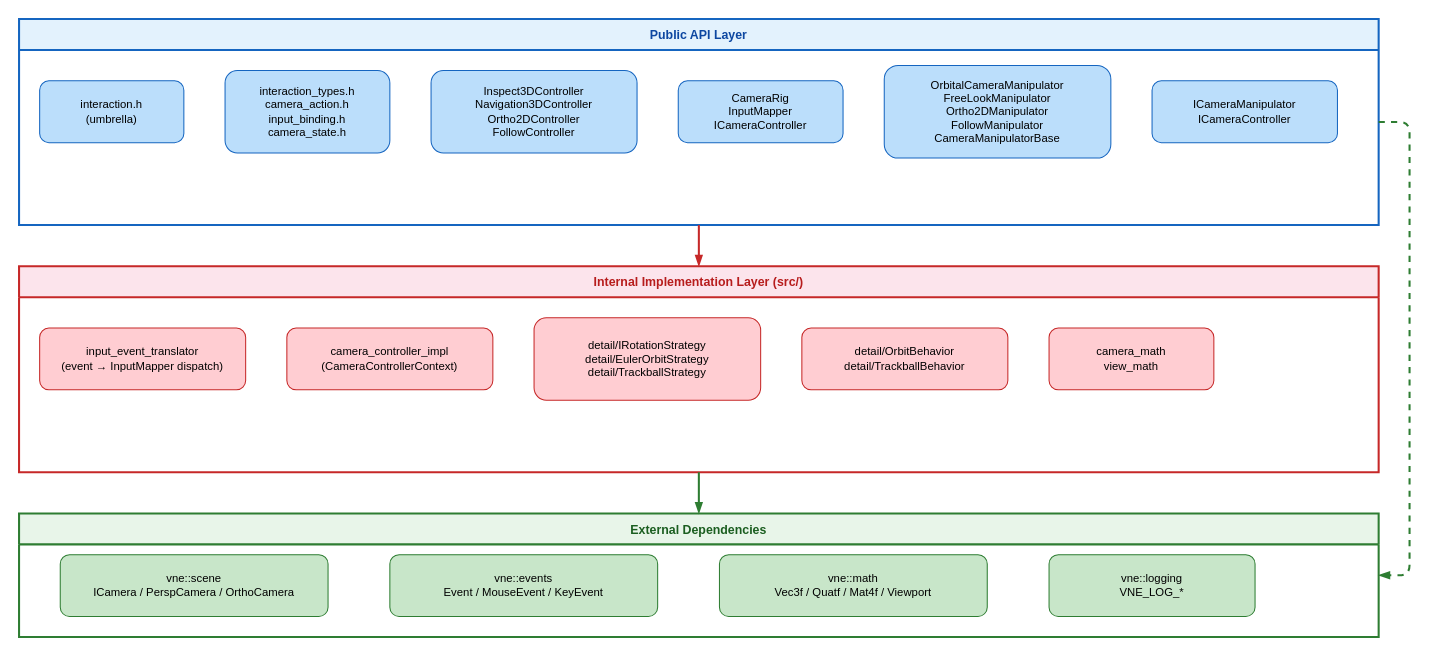
Above: docs/vertexnova/interaction/diagrams/component.drawio in vertexnova/vneinteraction (draw.io), before the change. Source tidied: cells renumbered, new cells numbered last; positions are measured from the earlier drawing's top-left corner, leaving out a move shared by most shapes. Both pictures are drawn from the tidied source at 103%, with x=0, y=0 at pixel (19, 19).
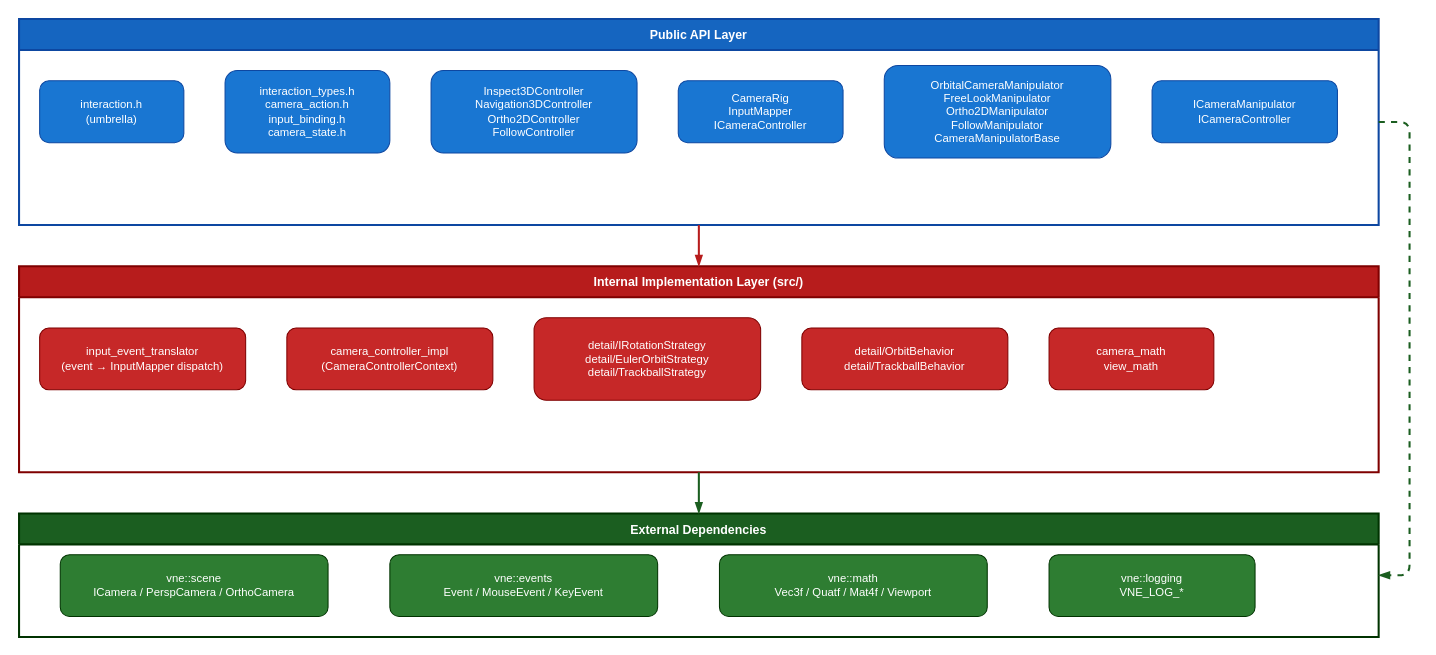
After the change.

Commit message (it also covers changes not shown here):
feat: Update interaction diagrams and enhance visual clarity

The edit, as a diff of the source:
```diff
@@
-    <mxCell id="2" value="Public API Layer" style="swimlane;startSize=30;fillColor=#e3f2fd;strokeColor=#1565c0;strokeWidth=2;fontStyle=1;fontSize=12;fontColor=#0d47a1;" parent="1" vertex="1">
+    <mxCell id="2" value="Public API Layer" style="swimlane;startSize=30;fillColor=#1565c0;strokeColor=#0d47a1;strokeWidth=2;fontStyle=1;fontSize=12;fontColor=#ffffff;" parent="1" vertex="1">
       <mxGeometry width="1320" height="200" as="geometry" />
     </mxCell>
-    <mxCell id="3" value="interaction.h&#10;(umbrella)" style="rounded=1;whiteSpace=wrap;html=1;fillColor=#bbdefb;strokeColor=#1565c0;fontSize=11;" parent="2" vertex="1">
+    <mxCell id="3" value="interaction.h&#10;(umbrella)" style="rounded=1;whiteSpace=wrap;html=1;fillColor=#1976d2;strokeColor=#0d47a1;fontSize=11;fontColor=#ffffff;" parent="2" vertex="1">
       <mxGeometry x="20" y="60" width="140" height="60" as="geometry" />
     </mxCell>
-    <mxCell id="4" value="interaction_types.h&#10;camera_action.h&#10;input_binding.h&#10;camera_state.h" style="rounded=1;whiteSpace=wrap;html=1;fillColor=#bbdefb;strokeColor=#1565c0;fontSize=11;" parent="2" vertex="1">
+    <mxCell id="4" value="interaction_types.h&#10;camera_action.h&#10;input_binding.h&#10;camera_state.h" style="rounded=1;whiteSpace=wrap;html=1;fillColor=#1976d2;strokeColor=#0d47a1;fontSize=11;fontColor=#ffffff;" parent="2" vertex="1">
       <mxGeometry x="200" y="50" width="160" height="80" as="geometry" />
     </mxCell>
-    <mxCell id="5" value="Inspect3DController&#10;Navigation3DController&#10;Ortho2DController&#10;FollowController" style="rounded=1;whiteSpace=wrap;html=1;fillColor=#bbdefb;strokeColor=#1565c0;fontSize=11;" parent="2" vertex="1">
+    <mxCell id="5" value="Inspect3DController&#10;Navigation3DController&#10;Ortho2DController&#10;FollowController" style="rounded=1;whiteSpace=wrap;html=1;fillColor=#1976d2;strokeColor=#0d47a1;fontSize=11;fontColor=#ffffff;" parent="2" vertex="1">
       <mxGeometry x="400" y="50" width="200" height="80" as="geometry" />
     </mxCell>
-    <mxCell id="6" value="CameraRig&#10;InputMapper&#10;ICameraController" style="rounded=1;whiteSpace=wrap;html=1;fillColor=#bbdefb;strokeColor=#1565c0;fontSize=11;" parent="2" vertex="1">
+    <mxCell id="6" value="CameraRig&#10;InputMapper&#10;ICameraController" style="rounded=1;whiteSpace=wrap;html=1;fillColor=#1976d2;strokeColor=#0d47a1;fontSize=11;fontColor=#ffffff;" parent="2" vertex="1">
       <mxGeometry x="640" y="60" width="160" height="60" as="geometry" />
     </mxCell>
-    <mxCell id="7" value="OrbitalCameraManipulator&#10;FreeLookManipulator&#10;Ortho2DManipulator&#10;FollowManipulator&#10;CameraManipulatorBase" style="rounded=1;whiteSpace=wrap;html=1;fillColor=#bbdefb;strokeColor=#1565c0;fontSize=11;" parent="2" vertex="1">
+    <mxCell id="7" value="OrbitalCameraManipulator&#10;FreeLookManipulator&#10;Ortho2DManipulator&#10;FollowManipulator&#10;CameraManipulatorBase" style="rounded=1;whiteSpace=wrap;html=1;fillColor=#1976d2;strokeColor=#0d47a1;fontSize=11;fontColor=#ffffff;" parent="2" vertex="1">
       <mxGeometry x="840" y="45" width="220" height="90" as="geometry" />
     </mxCell>
-    <mxCell id="8" value="ICameraManipulator&#10;ICameraController" style="rounded=1;whiteSpace=wrap;html=1;fillColor=#bbdefb;strokeColor=#1565c0;fontSize=11;" parent="2" vertex="1">
+    <mxCell id="8" value="ICameraManipulator&#10;ICameraController" style="rounded=1;whiteSpace=wrap;html=1;fillColor=#1976d2;strokeColor=#0d47a1;fontSize=11;fontColor=#ffffff;" parent="2" vertex="1">
       <mxGeometry x="1100" y="60" width="180" height="60" as="geometry" />
     </mxCell>
-    <mxCell id="9" value="Internal Implementation Layer (src/)" style="swimlane;startSize=30;fillColor=#fce4ec;strokeColor=#c62828;strokeWidth=2;fontStyle=1;fontSize=12;fontColor=#b71c1c;" parent="1" vertex="1">
+    <mxCell id="9" value="Internal Implementation Layer (src/)" style="swimlane;startSize=30;fillColor=#b71c1c;strokeColor=#7f0000;strokeWidth=2;fontStyle=1;fontSize=12;fontColor=#ffffff;" parent="1" vertex="1">
       <mxGeometry y="240" width="1320" height="200" as="geometry" />
     </mxCell>
-    <mxCell id="10" value="input_event_translator&#10;(event → InputMapper dispatch)" style="rounded=1;whiteSpace=wrap;html=1;fillColor=#ffcdd2;strokeColor=#c62828;fontSize=11;" parent="9" vertex="1">
+    <mxCell id="10" value="input_event_translator&#10;(event → InputMapper dispatch)" style="rounded=1;whiteSpace=wrap;html=1;fillColor=#c62828;strokeColor=#7f0000;fontSize=11;fontColor=#ffffff;" parent="9" vertex="1">
       <mxGeometry x="20" y="60" width="200" height="60" as="geometry" />
     </mxCell>
-    <mxCell id="11" value="camera_controller_impl&#10;(CameraControllerContext)" style="rounded=1;whiteSpace=wrap;html=1;fillColor=#ffcdd2;strokeColor=#c62828;fontSize=11;" parent="9" vertex="1">
+    <mxCell id="11" value="camera_controller_impl&#10;(CameraControllerContext)" style="rounded=1;whiteSpace=wrap;html=1;fillColor=#c62828;strokeColor=#7f0000;fontSize=11;fontColor=#ffffff;" parent="9" vertex="1">
       <mxGeometry x="260" y="60" width="200" height="60" as="geometry" />
     </mxCell>
-    <mxCell id="12" value="detail/IRotationStrategy&#10;detail/EulerOrbitStrategy&#10;detail/TrackballStrategy" style="rounded=1;whiteSpace=wrap;html=1;fillColor=#ffcdd2;strokeColor=#c62828;fontSize=11;" parent="9" vertex="1">
+    <mxCell id="12" value="detail/IRotationStrategy&#10;detail/EulerOrbitStrategy&#10;detail/TrackballStrategy" style="rounded=1;whiteSpace=wrap;html=1;fillColor=#c62828;strokeColor=#7f0000;fontSize=11;fontColor=#ffffff;" parent="9" vertex="1">
       <mxGeometry x="500" y="50" width="220" height="80" as="geometry" />
     </mxCell>
-    <mxCell id="13" value="detail/OrbitBehavior&#10;detail/TrackballBehavior" style="rounded=1;whiteSpace=wrap;html=1;fillColor=#ffcdd2;strokeColor=#c62828;fontSize=11;" parent="9" vertex="1">
+    <mxCell id="13" value="detail/OrbitBehavior&#10;detail/TrackballBehavior" style="rounded=1;whiteSpace=wrap;html=1;fillColor=#c62828;strokeColor=#7f0000;fontSize=11;fontColor=#ffffff;" parent="9" vertex="1">
       <mxGeometry x="760" y="60" width="200" height="60" as="geometry" />
     </mxCell>
-    <mxCell id="14" value="camera_math&#10;view_math" style="rounded=1;whiteSpace=wrap;html=1;fillColor=#ffcdd2;strokeColor=#c62828;fontSize=11;" parent="9" vertex="1">
+    <mxCell id="14" value="camera_math&#10;view_math" style="rounded=1;whiteSpace=wrap;html=1;fillColor=#c62828;strokeColor=#7f0000;fontSize=11;fontColor=#ffffff;" parent="9" vertex="1">
       <mxGeometry x="1000" y="60" width="160" height="60" as="geometry" />
     </mxCell>
-    <mxCell id="15" value="External Dependencies" style="swimlane;startSize=30;fillColor=#e8f5e9;strokeColor=#2e7d32;strokeWidth=2;fontStyle=1;fontSize=12;fontColor=#1b5e20;" parent="1" vertex="1">
+    <mxCell id="15" value="External Dependencies" style="swimlane;startSize=30;fillColor=#1b5e20;strokeColor=#003300;strokeWidth=2;fontStyle=1;fontSize=12;fontColor=#ffffff;" parent="1" vertex="1">
       <mxGeometry y="480" width="1320" height="120" as="geometry" />
     </mxCell>
-    <mxCell id="16" value="vne::scene&#10;ICamera / PerspCamera / OrthoCamera" style="rounded=1;whiteSpace=wrap;html=1;fillColor=#c8e6c9;strokeColor=#2e7d32;fontSize=11;" parent="15" vertex="1">
+    <mxCell id="16" value="vne::scene&#10;ICamera / PerspCamera / OrthoCamera" style="rounded=1;whiteSpace=wrap;html=1;fillColor=#2e7d32;strokeColor=#003300;fontSize=11;fontColor=#ffffff;" parent="15" vertex="1">
       <mxGeometry x="40" y="40" width="260" height="60" as="geometry" />
     </mxCell>
-    <mxCell id="17" value="vne::events&#10;Event / MouseEvent / KeyEvent" style="rounded=1;whiteSpace=wrap;html=1;fillColor=#c8e6c9;strokeColor=#2e7d32;fontSize=11;" parent="15" vertex="1">
+    <mxCell id="17" value="vne::events&#10;Event / MouseEvent / KeyEvent" style="rounded=1;whiteSpace=wrap;html=1;fillColor=#2e7d32;strokeColor=#003300;fontSize=11;fontColor=#ffffff;" parent="15" vertex="1">
       <mxGeometry x="360" y="40" width="260" height="60" as="geometry" />
     </mxCell>
-    <mxCell id="18" value="vne::math&#10;Vec3f / Quatf / Mat4f / Viewport" style="rounded=1;whiteSpace=wrap;html=1;fillColor=#c8e6c9;strokeColor=#2e7d32;fontSize=11;" parent="15" vertex="1">
+    <mxCell id="18" value="vne::math&#10;Vec3f / Quatf / Mat4f / Viewport" style="rounded=1;whiteSpace=wrap;html=1;fillColor=#2e7d32;strokeColor=#003300;fontSize=11;fontColor=#ffffff;" parent="15" vertex="1">
       <mxGeometry x="680" y="40" width="260" height="60" as="geometry" />
     </mxCell>
-    <mxCell id="19" value="vne::logging&#10;VNE_LOG_*" style="rounded=1;whiteSpace=wrap;html=1;fillColor=#c8e6c9;strokeColor=#2e7d32;fontSize=11;" parent="15" vertex="1">
+    <mxCell id="19" value="vne::logging&#10;VNE_LOG_*" style="rounded=1;whiteSpace=wrap;html=1;fillColor=#2e7d32;strokeColor=#003300;fontSize=11;fontColor=#ffffff;" parent="15" vertex="1">
       <mxGeometry x="1000" y="40" width="200" height="60" as="geometry" />
     </mxCell>
-    <mxCell id="20" style="endArrow=blockThin;endFill=1;html=1;strokeWidth=2;strokeColor=#c62828;" parent="1" edge="1" source="2" target="9">
+    <mxCell id="20" style="endArrow=blockThin;endFill=1;html=1;strokeWidth=2;strokeColor=#b71c1c;" parent="1" edge="1" source="2" target="9">
       <mxGeometry relative="1" as="geometry" />
     </mxCell>
-    <mxCell id="21" style="endArrow=blockThin;endFill=1;html=1;strokeWidth=2;strokeColor=#2e7d32;" parent="1" edge="1" source="9" target="15">
+    <mxCell id="21" style="endArrow=blockThin;endFill=1;html=1;strokeWidth=2;strokeColor=#1b5e20;" parent="1" edge="1" source="9" target="15">
       <mxGeometry relative="1" as="geometry" />
     </mxCell>
-    <mxCell id="22" style="endArrow=blockThin;endFill=1;html=1;strokeWidth=2;strokeColor=#2e7d32;dashed=1;" parent="1" edge="1" source="2" target="15">
+    <mxCell id="22" style="endArrow=blockThin;endFill=1;html=1;strokeWidth=2;strokeColor=#1b5e20;dashed=1;" parent="1" edge="1" source="2" target="15">
       <mxGeometry relative="1" as="geometry">
         <Array as="points">
           <mxPoint x="1350" y="100" />
           <mxPoint x="1350" y="540" />
         </Array>
       </mxGeometry>
     </mxCell>
```
